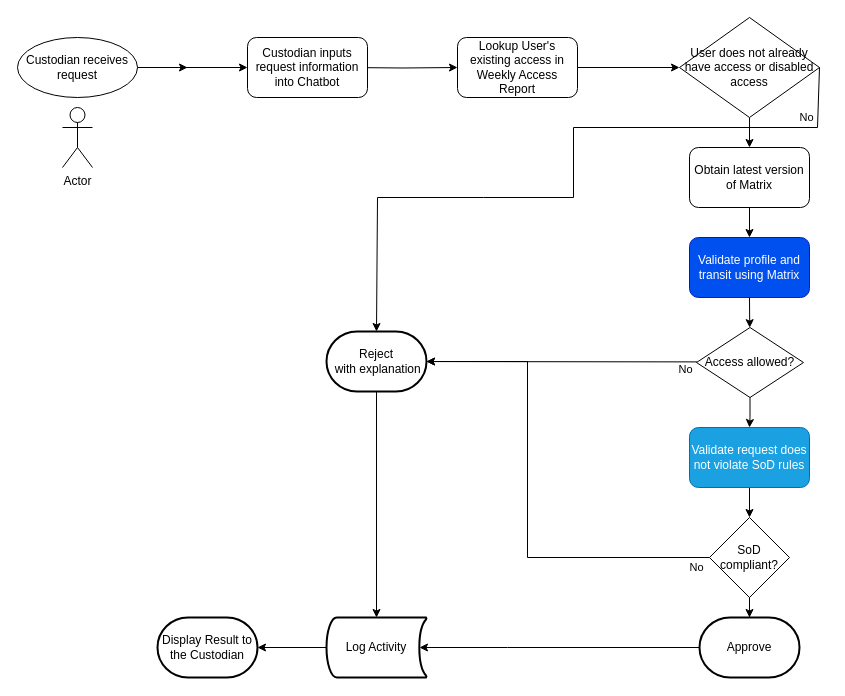
michaelbarbara/ai-agents-for-beginners keeps this draw.io diagram as CustodianWorkflow.drawio. Above is the earlier version. Source tidied: cells renumbered, new cells numbered last; positions are measured from the earlier drawing's top-left corner, leaving out a move shared by most shapes. Both pictures are drawn from the tidied source at 100%, with x=0, y=0 at pixel (17, 17).
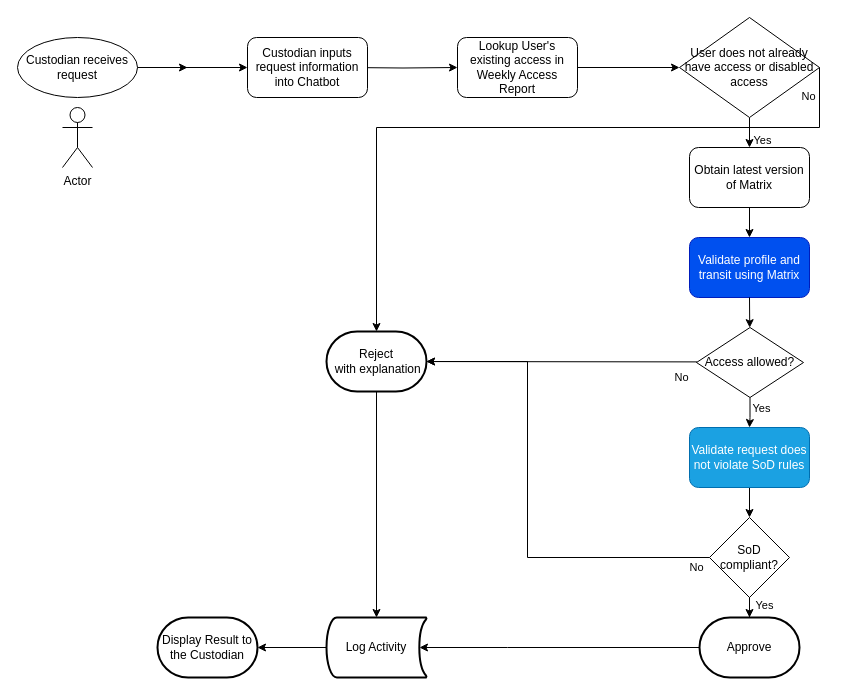
The same page after the edit.

Unchanged cells that the change refers to:
```xml
<mxCell id="10" value="&lt;div&gt;User does not already have access or disabled access&lt;/div&gt;" style="rhombus;whiteSpace=wrap;html=1;" parent="1" vertex="1">
  <mxGeometry x="662" width="140" height="100" as="geometry" />
</mxCell>
<mxCell id="23" value="&lt;div&gt;Reject&lt;/div&gt;&amp;nbsp;with explanation" style="strokeWidth=2;html=1;shape=mxgraph.flowchart.terminator;whiteSpace=wrap;" parent="1" vertex="1">
  <mxGeometry x="309" y="314" width="100" height="60" as="geometry" />
</mxCell>
```

Diff of the diagram source:
```diff
@@
-    <mxCell id="19" style="endArrow=classic;html=1;rounded=0;exitX=1;exitY=0.5;exitDx=0;exitDy=0;entryX=0.5;entryY=0;entryDx=0;entryDy=0;entryPerimeter=0;" parent="1" edge="1" source="10" target="23">
-      <mxGeometry relative="1" as="geometry">
-        <Array as="points">
-          <mxPoint x="800" y="110" />
-          <mxPoint x="556" y="110" />
-          <mxPoint x="556" y="180" />
-          <mxPoint x="466" y="180" />
-          <mxPoint x="360" y="180" />
-        </Array>
-      </mxGeometry>
-    </mxCell>
-    <mxCell id="20" value="&lt;div&gt;No&lt;/div&gt;" style="edgeLabel;html=1;align=center;verticalAlign=middle;" parent="19" vertex="1">
-      <mxGeometry x="0.47" y="1" relative="1" as="geometry">
-        <mxPoint x="254" y="170" as="offset" />
-      </mxGeometry>
-    </mxCell>
@@
     <mxCell id="32" value="&lt;div&gt;No&lt;/div&gt;" style="edgeLabel;html=1;align=center;verticalAlign=middle;" parent="1" vertex="1">
-      <mxGeometry x="385" y="130" as="geometry">
+      <mxGeometry x="387" y="109" as="geometry">
         <mxPoint x="403" y="-31" as="offset" />
       </mxGeometry>
     </mxCell>
@@
+    <mxCell id="35" value="Yes" style="edgeLabel;html=1;align=center;verticalAlign=middle;" parent="1" vertex="1">
+      <mxGeometry x="744" y="390" as="geometry">
+        <mxPoint x="-1" as="offset" />
+      </mxGeometry>
+    </mxCell>
+    <mxCell id="36" value="Yes" style="edgeLabel;html=1;align=center;verticalAlign=middle;" parent="1" vertex="1">
+      <mxGeometry x="747" y="587" as="geometry">
+        <mxPoint x="-1" as="offset" />
+      </mxGeometry>
+    </mxCell>
+    <mxCell id="37" value="Yes" style="edgeLabel;html=1;align=center;verticalAlign=middle;" parent="1" vertex="1">
+      <mxGeometry x="745" y="122" as="geometry">
+        <mxPoint x="-1" as="offset" />
+      </mxGeometry>
+    </mxCell>
+    <mxCell id="19" style="endArrow=classic;html=1;rounded=0;entryX=0.5;entryY=0;entryDx=0;entryDy=0;entryPerimeter=0;exitX=1;exitY=0.5;exitDx=0;exitDy=0;" parent="1" edge="1" source="10" target="23">
+      <mxGeometry relative="1" as="geometry">
+        <Array as="points">
+          <mxPoint x="802" y="110" />
+          <mxPoint x="359" y="110" />
+        </Array>
+      </mxGeometry>
+    </mxCell>
+    <mxCell id="20" value="&lt;div&gt;No&lt;/div&gt;" style="edgeLabel;html=1;align=center;verticalAlign=middle;" parent="1" vertex="1">
+      <mxGeometry x="260" y="390" as="geometry">
+        <mxPoint x="403" y="-31" as="offset" />
+      </mxGeometry>
+    </mxCell>
```
